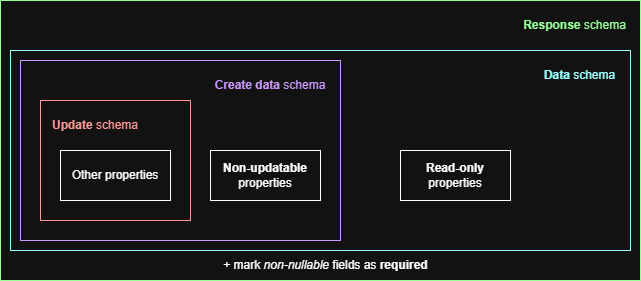
Before: docs/diagrams/openapi-schemas-no-create.drawio.png, a diagram exported from draw.io (elhub/flex-information-system). Source tidied: cells renumbered, new cells last; positions are measured from the earlier drawing's top-left corner, leaving out a move shared by most shapes.
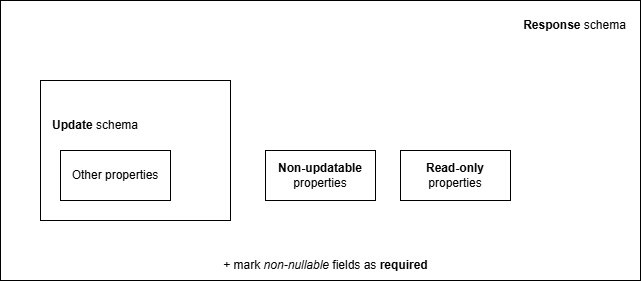
Above is the later version.

Diff of the diagram source:
```diff
@@ -5,17 +5,11 @@
     <mxCell id="2" style="rounded=0;whiteSpace=wrap;html=1;strokeWidth=1;strokeColor=light-dark(#000000,#99FF99);fillColor=none;gradientColor=none;" parent="1" vertex="1">
       <mxGeometry width="640" height="280" as="geometry" />
     </mxCell>
-    <mxCell id="3" style="rounded=0;whiteSpace=wrap;html=1;strokeWidth=1;strokeColor=light-dark(#000000,#99FFFF);fillColor=none;gradientColor=none;" parent="1" vertex="1">
-      <mxGeometry x="10" y="50" width="620" height="200" as="geometry" />
-    </mxCell>
-    <mxCell id="4" style="rounded=0;whiteSpace=wrap;html=1;strokeWidth=1;strokeColor=light-dark(#000000,#CC99FF);" parent="1" vertex="1">
-      <mxGeometry x="20" y="60" width="320" height="180" as="geometry" />
-    </mxCell>
     <mxCell id="5" style="rounded=0;whiteSpace=wrap;html=1;strokeColor=light-dark(#000000,#FF9999);" parent="1" vertex="1">
-      <mxGeometry x="40" y="100" width="150" height="120" as="geometry" />
+      <mxGeometry x="40" y="80" width="190" height="140" as="geometry" />
     </mxCell>
     <mxCell id="6" value="&lt;b&gt;Non-updatable&lt;/b&gt;&lt;div&gt;properties&lt;/div&gt;" style="rounded=0;whiteSpace=wrap;html=1;" parent="1" vertex="1">
-      <mxGeometry x="210" y="150" width="110" height="50" as="geometry" />
+      <mxGeometry x="265" y="150" width="110" height="50" as="geometry" />
     </mxCell>
     <mxCell id="7" value="&lt;b&gt;Update&lt;/b&gt; schema" style="text;html=1;align=center;verticalAlign=middle;whiteSpace=wrap;rounded=0;fontColor=light-dark(#000000,#FF9999);" parent="1" vertex="1">
       <mxGeometry x="50" y="110" width="90" height="30" as="geometry" />
@@ -26,16 +20,10 @@
     <mxCell id="9" value="Other properties" style="rounded=0;whiteSpace=wrap;html=1;" parent="1" vertex="1">
       <mxGeometry x="60" y="150" width="110" height="50" as="geometry" />
     </mxCell>
-    <mxCell id="10" value="&lt;b&gt;Create data&lt;/b&gt;&amp;nbsp;schema" style="text;html=1;align=center;verticalAlign=middle;whiteSpace=wrap;rounded=0;fontColor=light-dark(#000000,#CC99FF);" parent="1" vertex="1">
-      <mxGeometry x="210" y="70" width="120" height="30" as="geometry" />
-    </mxCell>
-    <mxCell id="11" value="&lt;b&gt;Data&lt;/b&gt;&amp;nbsp;schema" style="text;html=1;align=center;verticalAlign=middle;whiteSpace=wrap;rounded=0;fontColor=light-dark(#000000,#99FFFF);" parent="1" vertex="1">
-      <mxGeometry x="540" y="60" width="79" height="30" as="geometry" />
-    </mxCell>
     <mxCell id="12" value="+ mark &lt;i&gt;non-nullable&lt;/i&gt; fields as&amp;nbsp;&lt;b&gt;required&lt;/b&gt;" style="text;html=1;align=center;verticalAlign=middle;whiteSpace=wrap;rounded=0;" parent="1" vertex="1">
       <mxGeometry x="202.5" y="250" width="245" height="30" as="geometry" />
     </mxCell>
-    <mxCell id="13" value="&lt;b&gt;Response&lt;/b&gt;&amp;nbsp;schema" style="text;html=1;align=center;verticalAlign=middle;whiteSpace=wrap;rounded=0;fontColor=light-dark(#000000,#99FF99);" parent="1" vertex="1">
+    <mxCell id="13" value="&lt;b&gt;Response &lt;/b&gt;schema" style="text;html=1;align=center;verticalAlign=middle;whiteSpace=wrap;rounded=0;fontColor=light-dark(#000000,#99FF99);" parent="1" vertex="1">
       <mxGeometry x="520" y="10" width="109" height="30" as="geometry" />
     </mxCell>
   </root>
```
